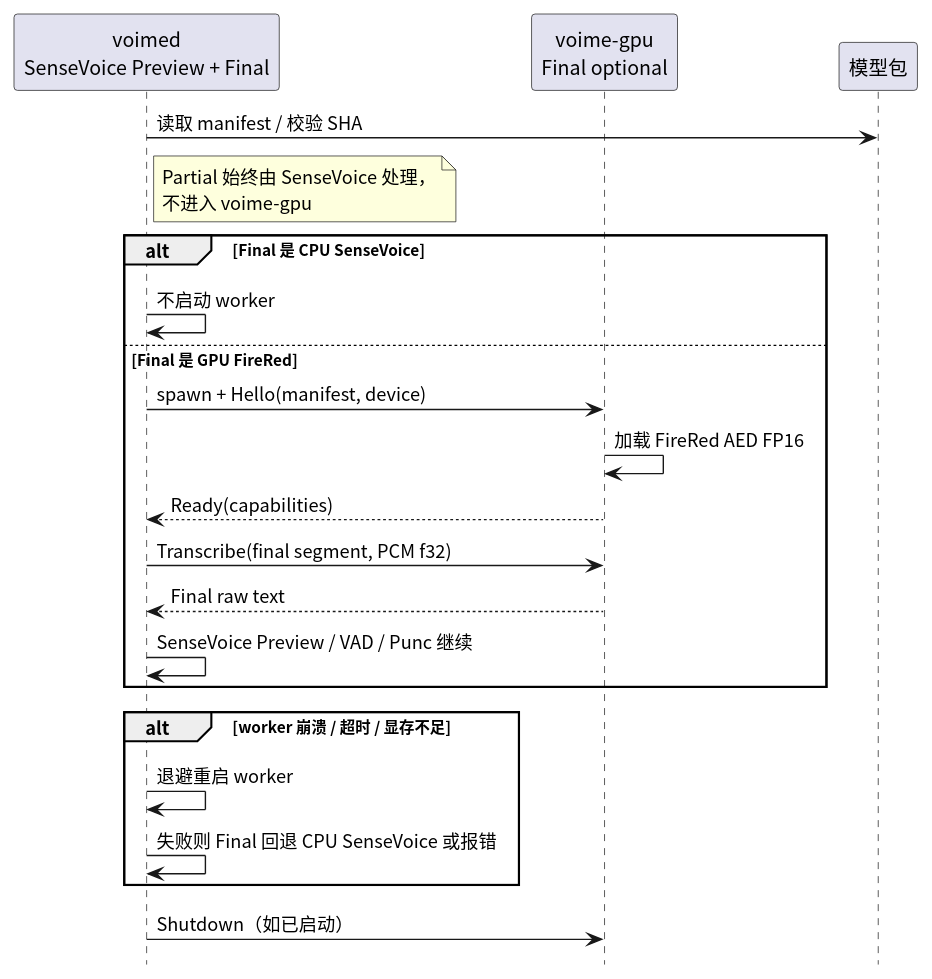
Above: diagram/gpu-worker.svg in 54m43lJ/voime (PlantUML), before the change.
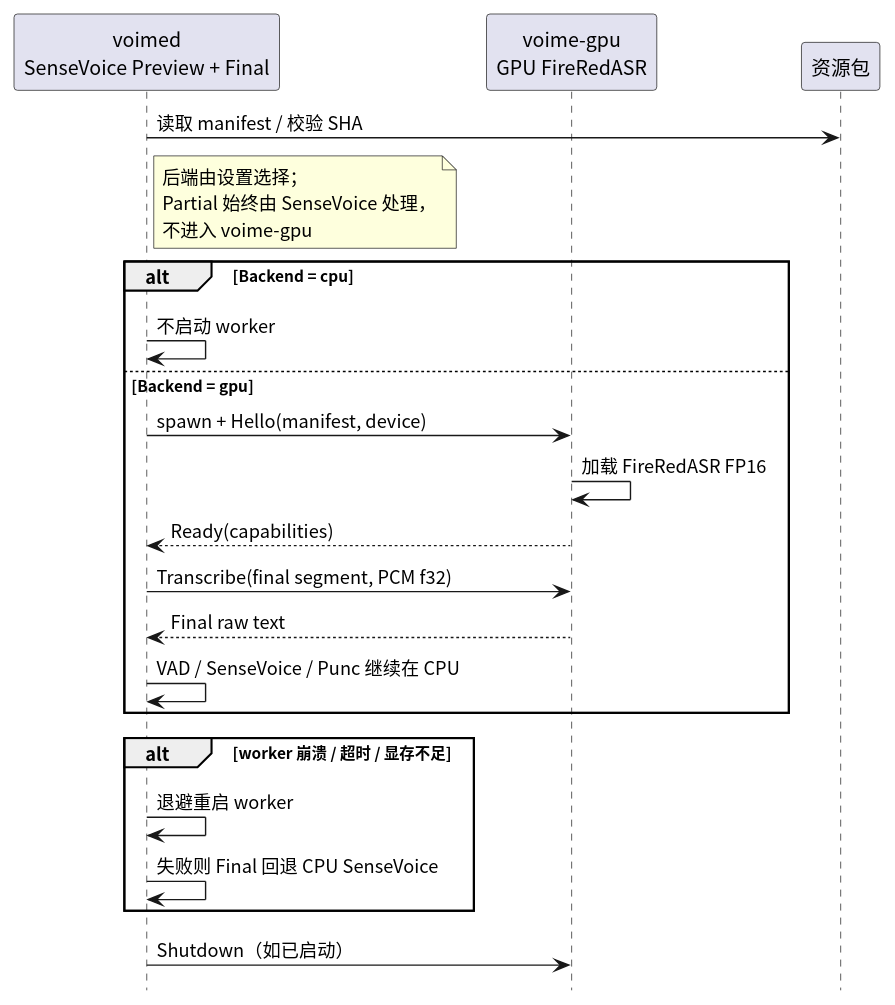
Above is the later version.

What changed in the source:
```diff
@@ -4,27 +4,28 @@
 hide footbox
 
 participant "voimed\nSenseVoice Preview + Final" as Daemon
-participant "voime-gpu\nFinal optional" as Worker
-participant "模型包" as Package
+participant "voime-gpu\nGPU FireRedASR" as Worker
+participant "资源包" as Package
 
 Daemon -> Package : 读取 manifest / 校验 SHA
 note right of Daemon
+  后端由设置选择；
   Partial 始终由 SenseVoice 处理，
   不进入 voime-gpu
 end note
-alt Final 是 CPU SenseVoice
+alt Backend = cpu
   Daemon -> Daemon : 不启动 worker
-else Final 是 GPU FireRed
+else Backend = gpu
   Daemon -> Worker : spawn + Hello(manifest, device)
-  Worker -> Worker : 加载 FireRed AED FP16
+  Worker -> Worker : 加载 FireRedASR FP16
   Worker --> Daemon : Ready(capabilities)
   Daemon -> Worker : Transcribe(final segment, PCM f32)
   Worker --> Daemon : Final raw text
-  Daemon -> Daemon : SenseVoice Preview / VAD / Punc 继续
+  Daemon -> Daemon : VAD / SenseVoice / Punc 继续在 CPU
 end
 alt worker 崩溃 / 超时 / 显存不足
   Daemon -> Daemon : 退避重启 worker
-  Daemon -> Daemon : 失败则 Final 回退 CPU SenseVoice 或报错
+  Daemon -> Daemon : 失败则 Final 回退 CPU SenseVoice
 end
 Daemon -> Worker : Shutdown（如已启动）
 @enduml
```
